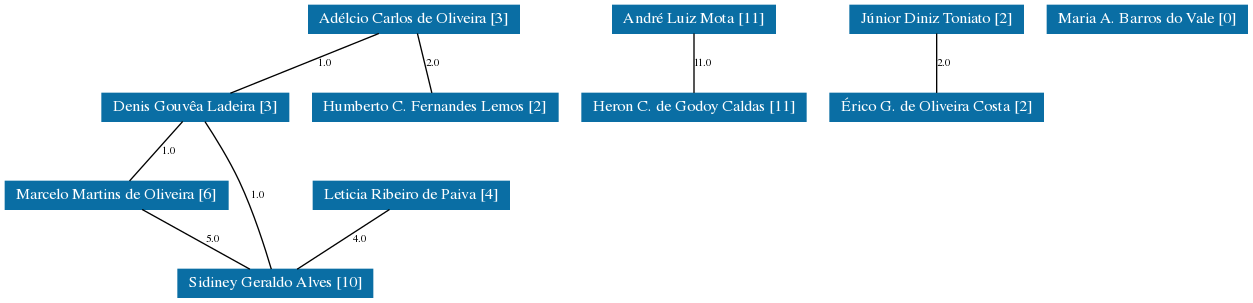
This is PPGF-UFSJ/grafoDeColaboracoesComPesos.png from icamps/unifal-lattes.github.io, a Graphviz export, as it was before one commit. Its source is kept beside it as PPGF-UFSJ/grafoDeColaboracoesComPesos.dot.
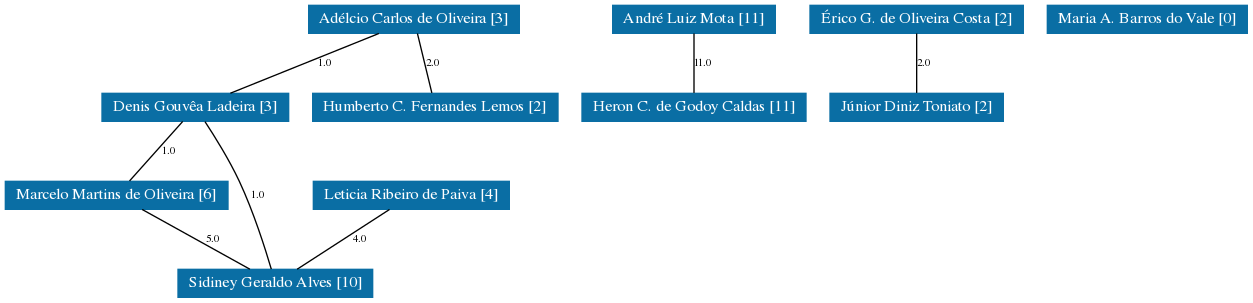
Later version of the same file.

What changed in the source:
```diff
@@ -26,40 +26,40 @@
 		label=1.0,
 		lp="239.5,175.5",
 		pos="280.15,197.9 249.55,185.58 199.36,165.38 168.78,153.08"];
-	4	 [URL="membro-8374281747074655.html",
+	5	 [URL="membro-8374281747074655.html",
 		color="#0A6EA4",
 		fontcolor="#FFFFFF",
 		height=0.29167,
 		label="Humberto C. Fernandes Lemos [2]",
 		pos="322.5,142.5",
 		width=2.5556];
-	0 -- 4	 [fontsize=8,
+	0 -- 5	 [fontsize=8,
 		label=2.0,
 		lp="320.5,175.5",
 		pos="309.07,197.9 312.04,185.65 316.89,165.62 319.88,153.3"];
-	7	 [URL="membro-2091568617999217.html",
+	8	 [URL="membro-2091568617999217.html",
 		color="#0A6EA4",
 		fontcolor="#FFFFFF",
 		height=0.29167,
 		label="Marcelo Martins de Oliveira [6]",
 		pos="83.5,76.5",
 		width=2.3194];
-	2 -- 7	 [fontsize=8,
+	2 -- 8	 [fontsize=8,
 		label=1.0,
 		lp="122.5,109.5",
 		pos="133.02,131.9 122.08,119.65 104.17,99.622 93.152,87.297"];
-	9	 [URL="membro-4536440727635518.html",
+	10	 [URL="membro-4536440727635518.html",
 		color="#0A6EA4",
 		fontcolor="#FFFFFF",
 		height=0.29167,
 		label="Sidiney Geraldo Alves [10]",
 		pos="202.5,10.5",
 		width=2.0278];
-	2 -- 9	 [fontsize=8,
+	2 -- 10	 [fontsize=8,
 		label=1.0,
 		lp="189.5,76.5",
 		pos="149.73,131.79 156.91,120.86 167.9,103.24 175.5,87 186.13,64.295 195.03,36.18 199.47,21.154"];
-	7 -- 9	 [fontsize=8,
+	8 -- 10	 [fontsize=8,
 		label=5.0,
 		lp="155.5,43.5",
 		pos="102.62,65.896 124.83,53.58 161.24,33.383 183.43,21.078"];
@@ -70,47 +70,47 @@
 		label="André Luiz Mota [11]",
 		pos="516.5,208.5",
 		width=1.6944];
-	3	 [URL="membro-1373657423991547.html",
+	4	 [URL="membro-1373657423991547.html",
 		color="#0A6EA4",
 		fontcolor="#FFFFFF",
 		height=0.29167,
 		label="Heron C. de Godoy Caldas [11]",
 		pos="516.5,142.5",
 		width=2.3333];
-	1 -- 3	 [fontsize=8,
+	1 -- 4	 [fontsize=8,
 		label=11.0,
 		lp="523,175.5",
 		pos="516.5,197.9 516.5,185.65 516.5,165.62 516.5,153.3"];
-	5	 [URL="membro-5354129714719077.html",
+	3	 [URL="membro-4937965723746020.html",
+		color="#0A6EA4",
+		fontcolor="#FFFFFF",
+		height=0.29167,
+		label="Érico G. de Oliveira Costa [2]",
+		pos="683.5,208.5",
+		width=2.2222];
+	6	 [URL="membro-5354129714719077.html",
 		color="#0A6EA4",
 		fontcolor="#FFFFFF",
 		height=0.29167,
 		label="Júnior Diniz Toniato [2]",
-		pos="698.5,208.5",
+		pos="683.5,142.5",
 		width=1.8056];
-	10	 [URL="membro-4937965723746020.html",
-		color="#0A6EA4",
-		fontcolor="#FFFFFF",
-		height=0.29167,
-		label="Érico G. de Oliveira Costa [2]",
-		pos="698.5,142.5",
-		width=2.2222];
-	5 -- 10	 [fontsize=8,
+	3 -- 6	 [fontsize=8,
 		label=2.0,
-		lp="703.5,175.5",
-		pos="698.5,197.9 698.5,185.65 698.5,165.62 698.5,153.3"];
-	6	 [URL="membro-9428416479663144.html",
+		lp="688.5,175.5",
+		pos="683.5,197.9 683.5,185.65 683.5,165.62 683.5,153.3"];
+	7	 [URL="membro-9428416479663144.html",
 		color="#0A6EA4",
 		fontcolor="#FFFFFF",
 		height=0.29167,
 		label="Leticia Ribeiro de Paiva [4]",
 		pos="304.5,76.5",
 		width=2.0417];
-	6 -- 9	 [fontsize=8,
+	7 -- 10	 [fontsize=8,
 		label=4.0,
 		lp="265.5,43.5",
 		pos="288.11,65.896 269.08,53.58 237.86,33.383 218.85,21.078"];
-	8	 [URL="membro-1514453602141346.html",
+	9	 [URL="membro-1514453602141346.html",
 		color="#0A6EA4",
 		fontcolor="#FFFFFF",
 		height=0.29167,
```
